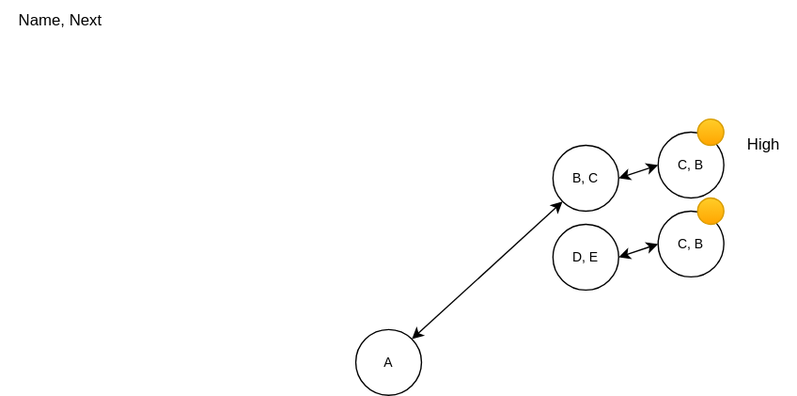
The draw.io diagram src/main/java/frc/robot/subsystems/Arm/arm.drawio.svg in RossRambotics/2023-ChargedUp, before a commit. Source tidied: cells renumbered, new cells last; positions are measured from the earlier drawing's top-left corner, leaving out a move shared by most shapes.
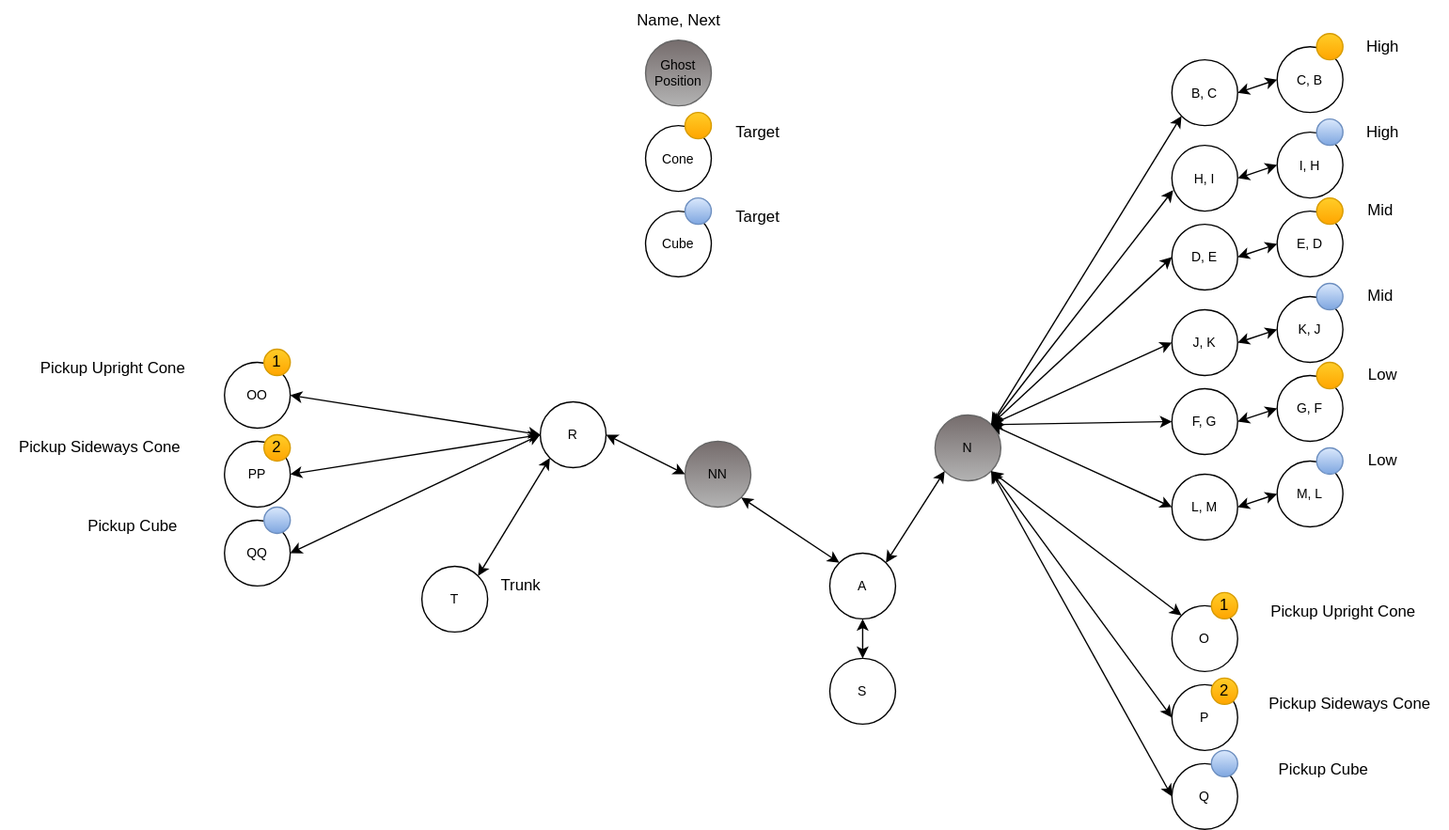
The same file after the commit.

Commit message:
updated arm graph

The edit, as a diff of the source:
```diff
@@ -5,14 +5,14 @@
     <mxCell id="2" value="Name, Next&lt;br&gt;" style="text;html=1;align=center;verticalAlign=middle;strokeColor=none;fillColor=none;" parent="1" vertex="1">
       <mxGeometry width="90" height="30" as="geometry" />
     </mxCell>
-    <mxCell id="3" value="A" style="ellipse;whiteSpace=wrap;html=1;fontSize=10;" parent="1" vertex="1">
-      <mxGeometry x="270" y="250" width="50" height="50" as="geometry" />
+    <mxCell id="3" value="N" style="ellipse;whiteSpace=wrap;html=1;fontSize=10;fillColor=#756c6c;gradientColor=#b3b3b3;strokeColor=#666666;" parent="1" vertex="1">
+      <mxGeometry x="240" y="315" width="50" height="50" as="geometry" />
     </mxCell>
     <mxCell id="4" value="B, C" style="ellipse;whiteSpace=wrap;html=1;fontSize=10;" parent="1" vertex="1">
-      <mxGeometry x="420" y="110" width="50" height="50" as="geometry" />
+      <mxGeometry x="420" y="45" width="50" height="50" as="geometry" />
     </mxCell>
     <mxCell id="5" value="C, B" style="ellipse;whiteSpace=wrap;html=1;fontSize=10;" parent="1" vertex="1">
-      <mxGeometry x="500" y="100" width="50" height="50" as="geometry" />
+      <mxGeometry x="500" y="35" width="50" height="50" as="geometry" />
     </mxCell>
     <mxCell id="6" style="edgeStyle=none;html=1;exitX=0;exitY=0.5;exitDx=0;exitDy=0;entryX=1;entryY=0.5;entryDx=0;entryDy=0;fontSize=10;startArrow=classic;startFill=1;" parent="1" edge="1" source="5" target="4">
       <mxGeometry relative="1" as="geometry" />
@@ -21,12 +21,12 @@
       <mxGeometry relative="1" as="geometry" />
     </mxCell>
     <mxCell id="8" style="ellipse;whiteSpace=wrap;html=1;fillColor=#ffcd28;gradientColor=#ffa500;strokeColor=#d79b00;" parent="1" vertex="1">
-      <mxGeometry x="530" y="90" width="20" height="20" as="geometry" />
+      <mxGeometry x="530" y="25" width="20" height="20" as="geometry" />
     </mxCell>
     <mxCell id="9" value="D, E" style="ellipse;whiteSpace=wrap;html=1;fontSize=10;" parent="1" vertex="1">
       <mxGeometry x="420" y="170" width="50" height="50" as="geometry" />
     </mxCell>
-    <mxCell id="10" value="C, B" style="ellipse;whiteSpace=wrap;html=1;fontSize=10;" parent="1" vertex="1">
+    <mxCell id="10" value="E, D" style="ellipse;whiteSpace=wrap;html=1;fontSize=10;" parent="1" vertex="1">
       <mxGeometry x="500" y="160" width="50" height="50" as="geometry" />
     </mxCell>
     <mxCell id="11" style="edgeStyle=none;html=1;exitX=0;exitY=0.5;exitDx=0;exitDy=0;entryX=1;entryY=0.5;entryDx=0;entryDy=0;fontSize=10;startArrow=classic;startFill=1;" parent="1" edge="1" source="10" target="9">
@@ -36,7 +36,211 @@
       <mxGeometry x="530" y="150" width="20" height="20" as="geometry" />
     </mxCell>
     <mxCell id="13" value="High&lt;br&gt;" style="text;html=1;align=center;verticalAlign=middle;strokeColor=none;fillColor=none;" parent="1" vertex="1">
-      <mxGeometry x="555" y="95" width="50" height="30" as="geometry" />
+      <mxGeometry x="555" y="20" width="50" height="30" as="geometry" />
     </mxCell>
+    <mxCell id="14" value="F, G" style="ellipse;whiteSpace=wrap;html=1;fontSize=10;" parent="1" vertex="1">
+      <mxGeometry x="420" y="295" width="50" height="50" as="geometry" />
+    </mxCell>
+    <mxCell id="15" value="G, F" style="ellipse;whiteSpace=wrap;html=1;fontSize=10;" parent="1" vertex="1">
+      <mxGeometry x="500" y="285" width="50" height="50" as="geometry" />
+    </mxCell>
+    <mxCell id="16" style="edgeStyle=none;html=1;exitX=0;exitY=0.5;exitDx=0;exitDy=0;entryX=1;entryY=0.5;entryDx=0;entryDy=0;fontSize=10;startArrow=classic;startFill=1;" parent="1" edge="1" source="15" target="14">
+      <mxGeometry relative="1" as="geometry" />
+    </mxCell>
+    <mxCell id="17" style="ellipse;whiteSpace=wrap;html=1;fillColor=#ffcd28;gradientColor=#ffa500;strokeColor=#d79b00;" parent="1" vertex="1">
+      <mxGeometry x="530" y="275" width="20" height="20" as="geometry" />
+    </mxCell>
+    <mxCell id="18" value="Mid&lt;span style=&quot;color: rgba(0, 0, 0, 0); font-family: monospace; font-size: 0px; text-align: start;&quot;&gt;%3CmxGraphModel%3E%3Croot%3E%3CmxCell%20id%3D%220%22%2F%3E%3CmxCell%20id%3D%221%22%20parent%3D%220%22%2F%3E%3CmxCell%20id%3D%222%22%20value%3D%22High%26lt%3Bbr%26gt%3B%22%20style%3D%22text%3Bhtml%3D1%3Balign%3Dcenter%3BverticalAlign%3Dmiddle%3Bresizable%3D0%3Bpoints%3D%5B%5D%3Bautosize%3D1%3BstrokeColor%3Dnone%3BfillColor%3Dnone%3B%22%20vertex%3D%221%22%20parent%3D%221%22%3E%3CmxGeometry%20x%3D%22575%22%20y%3D%22135%22%20width%3D%2250%22%20height%3D%2230%22%20as%3D%22geometry%22%2F%3E%3C%2FmxCell%3E%3C%2Froot%3E%3C%2FmxGraphModel%3E&lt;/span&gt;" style="text;html=1;align=center;verticalAlign=middle;strokeColor=none;fillColor=none;" parent="1" vertex="1">
+      <mxGeometry x="560" y="145" width="40" height="30" as="geometry" />
+    </mxCell>
+    <mxCell id="19" value="Low" style="text;html=1;align=center;verticalAlign=middle;strokeColor=none;fillColor=none;" parent="1" vertex="1">
+      <mxGeometry x="555" y="270" width="50" height="30" as="geometry" />
+    </mxCell>
+    <mxCell id="20" style="edgeStyle=none;html=1;exitX=0;exitY=0.5;exitDx=0;exitDy=0;entryX=1;entryY=0;entryDx=0;entryDy=0;fontSize=10;startArrow=classic;startFill=1;" parent="1" edge="1" source="9" target="3">
+      <mxGeometry relative="1" as="geometry" />
+    </mxCell>
+    <mxCell id="21" style="edgeStyle=none;html=1;exitX=0;exitY=0.5;exitDx=0;exitDy=0;entryX=1;entryY=0;entryDx=0;entryDy=0;fontSize=10;startArrow=classic;startFill=1;" parent="1" edge="1" source="14" target="3">
+      <mxGeometry relative="1" as="geometry" />
+    </mxCell>
+    <mxCell id="22" value="H, I" style="ellipse;whiteSpace=wrap;html=1;fontSize=10;" parent="1" vertex="1">
+      <mxGeometry x="420" y="110" width="50" height="50" as="geometry" />
+    </mxCell>
+    <mxCell id="23" value="I, H" style="ellipse;whiteSpace=wrap;html=1;fontSize=10;" parent="1" vertex="1">
+      <mxGeometry x="500" y="100" width="50" height="50" as="geometry" />
+    </mxCell>
+    <mxCell id="24" style="edgeStyle=none;html=1;exitX=0;exitY=0.5;exitDx=0;exitDy=0;entryX=1;entryY=0.5;entryDx=0;entryDy=0;fontSize=10;startArrow=classic;startFill=1;" parent="1" edge="1" source="23" target="22">
+      <mxGeometry relative="1" as="geometry" />
+    </mxCell>
+    <mxCell id="25" style="ellipse;whiteSpace=wrap;html=1;fillColor=#dae8fc;gradientColor=#7ea6e0;strokeColor=#6c8ebf;" parent="1" vertex="1">
+      <mxGeometry x="530" y="90" width="20" height="20" as="geometry" />
+    </mxCell>
+    <mxCell id="26" value="J, K" style="ellipse;whiteSpace=wrap;html=1;fontSize=10;" parent="1" vertex="1">
+      <mxGeometry x="420" y="235" width="50" height="50" as="geometry" />
+    </mxCell>
+    <mxCell id="27" value="K, J" style="ellipse;whiteSpace=wrap;html=1;fontSize=10;" parent="1" vertex="1">
+      <mxGeometry x="500" y="225" width="50" height="50" as="geometry" />
+    </mxCell>
+    <mxCell id="28" style="edgeStyle=none;html=1;exitX=0;exitY=0.5;exitDx=0;exitDy=0;entryX=1;entryY=0.5;entryDx=0;entryDy=0;fontSize=10;startArrow=classic;startFill=1;" parent="1" edge="1" source="27" target="26">
+      <mxGeometry relative="1" as="geometry" />
+    </mxCell>
+    <mxCell id="29" style="ellipse;whiteSpace=wrap;html=1;fillColor=#dae8fc;gradientColor=#7ea6e0;strokeColor=#6c8ebf;" parent="1" vertex="1">
+      <mxGeometry x="530" y="215" width="20" height="20" as="geometry" />
+    </mxCell>
+    <mxCell id="30" value="High&lt;br&gt;" style="text;html=1;align=center;verticalAlign=middle;strokeColor=none;fillColor=none;" parent="1" vertex="1">
+      <mxGeometry x="555" y="85" width="50" height="30" as="geometry" />
+    </mxCell>
+    <mxCell id="31" value="L, M" style="ellipse;whiteSpace=wrap;html=1;fontSize=10;" parent="1" vertex="1">
+      <mxGeometry x="420" y="360" width="50" height="50" as="geometry" />
+    </mxCell>
+    <mxCell id="32" value="M, L" style="ellipse;whiteSpace=wrap;html=1;fontSize=10;" parent="1" vertex="1">
+      <mxGeometry x="500" y="350" width="50" height="50" as="geometry" />
+    </mxCell>
+    <mxCell id="33" style="edgeStyle=none;html=1;exitX=0;exitY=0.5;exitDx=0;exitDy=0;entryX=1;entryY=0.5;entryDx=0;entryDy=0;fontSize=10;startArrow=classic;startFill=1;" parent="1" edge="1" source="32" target="31">
+      <mxGeometry relative="1" as="geometry" />
+    </mxCell>
+    <mxCell id="34" style="ellipse;whiteSpace=wrap;html=1;fillColor=#dae8fc;gradientColor=#7ea6e0;strokeColor=#6c8ebf;" parent="1" vertex="1">
+      <mxGeometry x="530" y="340" width="20" height="20" as="geometry" />
+    </mxCell>
+    <mxCell id="35" value="Mid&lt;span style=&quot;color: rgba(0, 0, 0, 0); font-family: monospace; font-size: 0px; text-align: start;&quot;&gt;%3CmxGraphModel%3E%3Croot%3E%3CmxCell%20id%3D%220%22%2F%3E%3CmxCell%20id%3D%221%22%20parent%3D%220%22%2F%3E%3CmxCell%20id%3D%222%22%20value%3D%22High%26lt%3Bbr%26gt%3B%22%20style%3D%22text%3Bhtml%3D1%3Balign%3Dcenter%3BverticalAlign%3Dmiddle%3Bresizable%3D0%3Bpoints%3D%5B%5D%3Bautosize%3D1%3BstrokeColor%3Dnone%3BfillColor%3Dnone%3B%22%20vertex%3D%221%22%20parent%3D%221%22%3E%3CmxGeometry%20x%3D%22575%22%20y%3D%22135%22%20width%3D%2250%22%20height%3D%2230%22%20as%3D%22geometry%22%2F%3E%3C%2FmxCell%3E%3C%2Froot%3E%3C%2FmxGraphModel%3E&lt;/span&gt;" style="text;html=1;align=center;verticalAlign=middle;strokeColor=none;fillColor=none;" parent="1" vertex="1">
+      <mxGeometry x="560" y="210" width="40" height="30" as="geometry" />
+    </mxCell>
+    <mxCell id="36" value="Low" style="text;html=1;align=center;verticalAlign=middle;strokeColor=none;fillColor=none;" parent="1" vertex="1">
+      <mxGeometry x="555" y="335" width="50" height="30" as="geometry" />
+    </mxCell>
+    <mxCell id="37" style="edgeStyle=none;html=1;exitX=0.02;exitY=0.68;exitDx=0;exitDy=0;entryX=1;entryY=0;entryDx=0;entryDy=0;fontSize=10;startArrow=classic;startFill=1;exitPerimeter=0;" parent="1" edge="1" source="22" target="3">
+      <mxGeometry relative="1" as="geometry" />
+    </mxCell>
+    <mxCell id="38" style="edgeStyle=none;html=1;exitX=0;exitY=0.5;exitDx=0;exitDy=0;entryX=1;entryY=0;entryDx=0;entryDy=0;fontSize=10;startArrow=classic;startFill=1;" parent="1" edge="1" source="26" target="3">
+      <mxGeometry relative="1" as="geometry" />
+    </mxCell>
+    <mxCell id="39" style="edgeStyle=none;html=1;exitX=0;exitY=0.5;exitDx=0;exitDy=0;entryX=1;entryY=0;entryDx=0;entryDy=0;fontSize=10;startArrow=classic;startFill=1;" parent="1" edge="1" source="31" target="3">
+      <mxGeometry relative="1" as="geometry" />
+    </mxCell>
+    <mxCell id="40" value="A" style="ellipse;whiteSpace=wrap;html=1;fontSize=10;" parent="1" vertex="1">
+      <mxGeometry x="160" y="420" width="50" height="50" as="geometry" />
+    </mxCell>
+    <mxCell id="41" style="edgeStyle=none;html=1;exitX=0;exitY=1;exitDx=0;exitDy=0;entryX=1;entryY=0;entryDx=0;entryDy=0;fontSize=10;startArrow=classic;startFill=1;" parent="1" edge="1" source="3" target="40">
+      <mxGeometry relative="1" as="geometry" />
+    </mxCell>
+    <mxCell id="42" value="Ghost Position" style="ellipse;whiteSpace=wrap;html=1;fontSize=10;fillColor=#756c6c;gradientColor=#b3b3b3;strokeColor=#666666;" parent="1" vertex="1">
+      <mxGeometry x="20" y="30" width="50" height="50" as="geometry" />
+    </mxCell>
+    <mxCell id="43" value="Cone" style="ellipse;whiteSpace=wrap;html=1;fontSize=10;" parent="1" vertex="1">
+      <mxGeometry x="20" y="95" width="50" height="50" as="geometry" />
+    </mxCell>
+    <mxCell id="44" style="ellipse;whiteSpace=wrap;html=1;fillColor=#ffcd28;gradientColor=#ffa500;strokeColor=#d79b00;" parent="1" vertex="1">
+      <mxGeometry x="50" y="85" width="20" height="20" as="geometry" />
+    </mxCell>
+    <mxCell id="45" value="Cube" style="ellipse;whiteSpace=wrap;html=1;fontSize=10;" parent="1" vertex="1">
+      <mxGeometry x="20" y="160" width="50" height="50" as="geometry" />
+    </mxCell>
+    <mxCell id="46" style="ellipse;whiteSpace=wrap;html=1;fillColor=#dae8fc;gradientColor=#7ea6e0;strokeColor=#6c8ebf;" parent="1" vertex="1">
+      <mxGeometry x="50" y="150" width="20" height="20" as="geometry" />
+    </mxCell>
+    <mxCell id="47" value="Target" style="text;html=1;align=center;verticalAlign=middle;strokeColor=none;fillColor=none;" parent="1" vertex="1">
+      <mxGeometry x="75" y="85" width="60" height="30" as="geometry" />
+    </mxCell>
+    <mxCell id="48" value="Target" style="text;html=1;align=center;verticalAlign=middle;strokeColor=none;fillColor=none;" parent="1" vertex="1">
+      <mxGeometry x="75" y="150" width="60" height="30" as="geometry" />
+    </mxCell>
+    <mxCell id="49" value="S" style="ellipse;whiteSpace=wrap;html=1;fontSize=10;" parent="1" vertex="1">
+      <mxGeometry x="160" y="500" width="50" height="50" as="geometry" />
+    </mxCell>
+    <mxCell id="50" style="edgeStyle=none;html=1;entryX=0.5;entryY=0;entryDx=0;entryDy=0;fontSize=10;startArrow=classic;startFill=1;" parent="1" edge="1" source="40" target="49">
+      <mxGeometry relative="1" as="geometry" />
+    </mxCell>
+    <mxCell id="51" value="O" style="ellipse;whiteSpace=wrap;html=1;fontSize=10;" parent="1" vertex="1">
+      <mxGeometry x="420" y="460" width="50" height="50" as="geometry" />
+    </mxCell>
+    <mxCell id="52" style="edgeStyle=none;html=1;exitX=0;exitY=0;exitDx=0;exitDy=0;fontSize=10;startArrow=classic;startFill=1;entryX=1;entryY=1;entryDx=0;entryDy=0;" parent="1" edge="1" source="51" target="3">
+      <mxGeometry relative="1" as="geometry" />
+    </mxCell>
+    <mxCell id="53" value="P" style="ellipse;whiteSpace=wrap;html=1;fontSize=10;" parent="1" vertex="1">
+      <mxGeometry x="420" y="520" width="50" height="50" as="geometry" />
+    </mxCell>
+    <mxCell id="54" value="Q" style="ellipse;whiteSpace=wrap;html=1;fontSize=10;" parent="1" vertex="1">
+      <mxGeometry x="420" y="580" width="50" height="50" as="geometry" />
+    </mxCell>
+    <mxCell id="55" value="&lt;font color=&quot;#000000&quot;&gt;2&lt;/font&gt;" style="ellipse;whiteSpace=wrap;html=1;fillColor=#ffcd28;gradientColor=#ffa500;strokeColor=#d79b00;" parent="1" vertex="1">
+      <mxGeometry x="450" y="515" width="20" height="20" as="geometry" />
+    </mxCell>
+    <mxCell id="56" value="&lt;font color=&quot;#000000&quot;&gt;1&lt;/font&gt;" style="ellipse;whiteSpace=wrap;html=1;fillColor=#ffcd28;gradientColor=#ffa500;strokeColor=#d79b00;" parent="1" vertex="1">
+      <mxGeometry x="450" y="450" width="20" height="20" as="geometry" />
+    </mxCell>
+    <mxCell id="57" style="ellipse;whiteSpace=wrap;html=1;fillColor=#dae8fc;gradientColor=#7ea6e0;strokeColor=#6c8ebf;" parent="1" vertex="1">
+      <mxGeometry x="450" y="570" width="20" height="20" as="geometry" />
+    </mxCell>
+    <mxCell id="58" style="edgeStyle=none;html=1;exitX=0;exitY=0.5;exitDx=0;exitDy=0;fontSize=10;startArrow=classic;startFill=1;entryX=1;entryY=1;entryDx=0;entryDy=0;" parent="1" edge="1" source="53" target="3">
+      <mxGeometry relative="1" as="geometry" />
+    </mxCell>
+    <mxCell id="59" style="edgeStyle=none;html=1;exitX=0;exitY=0.5;exitDx=0;exitDy=0;fontSize=10;startArrow=classic;startFill=1;entryX=1;entryY=1;entryDx=0;entryDy=0;" parent="1" edge="1" source="54" target="3">
+      <mxGeometry relative="1" as="geometry" />
+    </mxCell>
+    <mxCell id="60" value="Pickup Cube&amp;nbsp; &amp;nbsp;&amp;nbsp;" style="text;html=1;align=center;verticalAlign=middle;strokeColor=none;fillColor=none;" parent="1" vertex="1">
+      <mxGeometry x="485" y="570" width="100" height="30" as="geometry" />
+    </mxCell>
+    <mxCell id="61" value="Pickup Upright Cone" style="text;html=1;align=center;verticalAlign=middle;strokeColor=none;fillColor=none;" parent="1" vertex="1">
+      <mxGeometry x="485" y="450" width="130" height="30" as="geometry" />
+    </mxCell>
+    <mxCell id="62" value="Pickup Sideways Cone" style="text;html=1;align=center;verticalAlign=middle;strokeColor=none;fillColor=none;" parent="1" vertex="1">
+      <mxGeometry x="480" y="520" width="150" height="30" as="geometry" />
+    </mxCell>
+    <mxCell id="63" value="R" style="ellipse;whiteSpace=wrap;html=1;fontSize=10;" parent="1" vertex="1">
+      <mxGeometry x="-60" y="305" width="50" height="50" as="geometry" />
+    </mxCell>
+    <mxCell id="64" value="OO" style="ellipse;whiteSpace=wrap;html=1;fontSize=10;" parent="1" vertex="1">
+      <mxGeometry x="-300" y="275" width="50" height="50" as="geometry" />
+    </mxCell>
+    <mxCell id="65" value="PP" style="ellipse;whiteSpace=wrap;html=1;fontSize=10;" parent="1" vertex="1">
+      <mxGeometry x="-300" y="335" width="50" height="50" as="geometry" />
+    </mxCell>
+    <mxCell id="66" value="QQ" style="ellipse;whiteSpace=wrap;html=1;fontSize=10;" parent="1" vertex="1">
+      <mxGeometry x="-300" y="395" width="50" height="50" as="geometry" />
+    </mxCell>
+    <mxCell id="67" value="&lt;font color=&quot;#000000&quot;&gt;2&lt;/font&gt;" style="ellipse;whiteSpace=wrap;html=1;fillColor=#ffcd28;gradientColor=#ffa500;strokeColor=#d79b00;" parent="1" vertex="1">
+      <mxGeometry x="-270" y="330" width="20" height="20" as="geometry" />
+    </mxCell>
+    <mxCell id="68" value="&lt;font color=&quot;#000000&quot;&gt;1&lt;/font&gt;" style="ellipse;whiteSpace=wrap;html=1;fillColor=#ffcd28;gradientColor=#ffa500;strokeColor=#d79b00;" parent="1" vertex="1">
+      <mxGeometry x="-270" y="265" width="20" height="20" as="geometry" />
+    </mxCell>
+    <mxCell id="69" style="ellipse;whiteSpace=wrap;html=1;fillColor=#dae8fc;gradientColor=#7ea6e0;strokeColor=#6c8ebf;" parent="1" vertex="1">
+      <mxGeometry x="-270" y="385" width="20" height="20" as="geometry" />
+    </mxCell>
+    <mxCell id="70" value="Pickup Cube&amp;nbsp; &amp;nbsp;&amp;nbsp;" style="text;html=1;align=center;verticalAlign=middle;strokeColor=none;fillColor=none;" parent="1" vertex="1">
+      <mxGeometry x="-420" y="385" width="100" height="30" as="geometry" />
+    </mxCell>
+    <mxCell id="71" value="Pickup Upright Cone" style="text;html=1;align=center;verticalAlign=middle;strokeColor=none;fillColor=none;" parent="1" vertex="1">
+      <mxGeometry x="-450" y="265" width="130" height="30" as="geometry" />
+    </mxCell>
+    <mxCell id="72" value="Pickup Sideways Cone" style="text;html=1;align=center;verticalAlign=middle;strokeColor=none;fillColor=none;" parent="1" vertex="1">
+      <mxGeometry x="-470" y="325" width="150" height="30" as="geometry" />
+    </mxCell>
+    <mxCell id="73" value="T" style="ellipse;whiteSpace=wrap;html=1;fontSize=10;" parent="1" vertex="1">
+      <mxGeometry x="-150" y="430" width="50" height="50" as="geometry" />
+    </mxCell>
+    <mxCell id="74" style="edgeStyle=none;html=1;exitX=0;exitY=0.5;exitDx=0;exitDy=0;entryX=1;entryY=0.5;entryDx=0;entryDy=0;fontSize=10;startArrow=classic;startFill=1;" parent="1" edge="1" source="63" target="65">
+      <mxGeometry relative="1" as="geometry" />
+    </mxCell>
+    <mxCell id="75" style="edgeStyle=none;html=1;exitX=0;exitY=0.5;exitDx=0;exitDy=0;entryX=1;entryY=0.5;entryDx=0;entryDy=0;fontSize=10;startArrow=classic;startFill=1;" parent="1" edge="1" source="63" target="66">
+      <mxGeometry relative="1" as="geometry" />
+    </mxCell>
+    <mxCell id="76" style="edgeStyle=none;html=1;exitX=0;exitY=1;exitDx=0;exitDy=0;entryX=1;entryY=0;entryDx=0;entryDy=0;fontSize=10;startArrow=classic;startFill=1;" parent="1" edge="1" source="63" target="73">
+      <mxGeometry relative="1" as="geometry" />
+    </mxCell>
+    <mxCell id="77" style="edgeStyle=none;html=1;exitX=0;exitY=0.5;exitDx=0;exitDy=0;entryX=1;entryY=0.5;entryDx=0;entryDy=0;fontSize=10;startArrow=classic;startFill=1;" parent="1" edge="1" source="63" target="64">
+      <mxGeometry relative="1" as="geometry" />
+    </mxCell>
+    <mxCell id="78" value="NN" style="ellipse;whiteSpace=wrap;html=1;fontSize=10;fillColor=#756c6c;gradientColor=#b3b3b3;strokeColor=#666666;" parent="1" vertex="1">
+      <mxGeometry x="50" y="335" width="50" height="50" as="geometry" />
+    </mxCell>
+    <mxCell id="79" style="edgeStyle=none;html=1;exitX=1;exitY=1;exitDx=0;exitDy=0;entryX=0;entryY=0;entryDx=0;entryDy=0;fontSize=10;startArrow=classic;startFill=1;" parent="1" edge="1" source="78" target="40">
+      <mxGeometry relative="1" as="geometry" />
+    </mxCell>
+    <mxCell id="80" style="edgeStyle=none;html=1;exitX=1;exitY=0.5;exitDx=0;exitDy=0;fontSize=10;startArrow=classic;startFill=1;entryX=0;entryY=0.5;entryDx=0;entryDy=0;" parent="1" edge="1" source="63" target="78">
+      <mxGeometry relative="1" as="geometry" />
+    </mxCell>
+    <mxCell id="81" value="Trunk" style="text;html=1;align=center;verticalAlign=middle;strokeColor=none;fillColor=none;" parent="1" vertex="1">
+      <mxGeometry x="-100" y="430" width="50" height="30" as="geometry" />
+    </mxCell>
   </root>
 </mxGraphModel>
```
